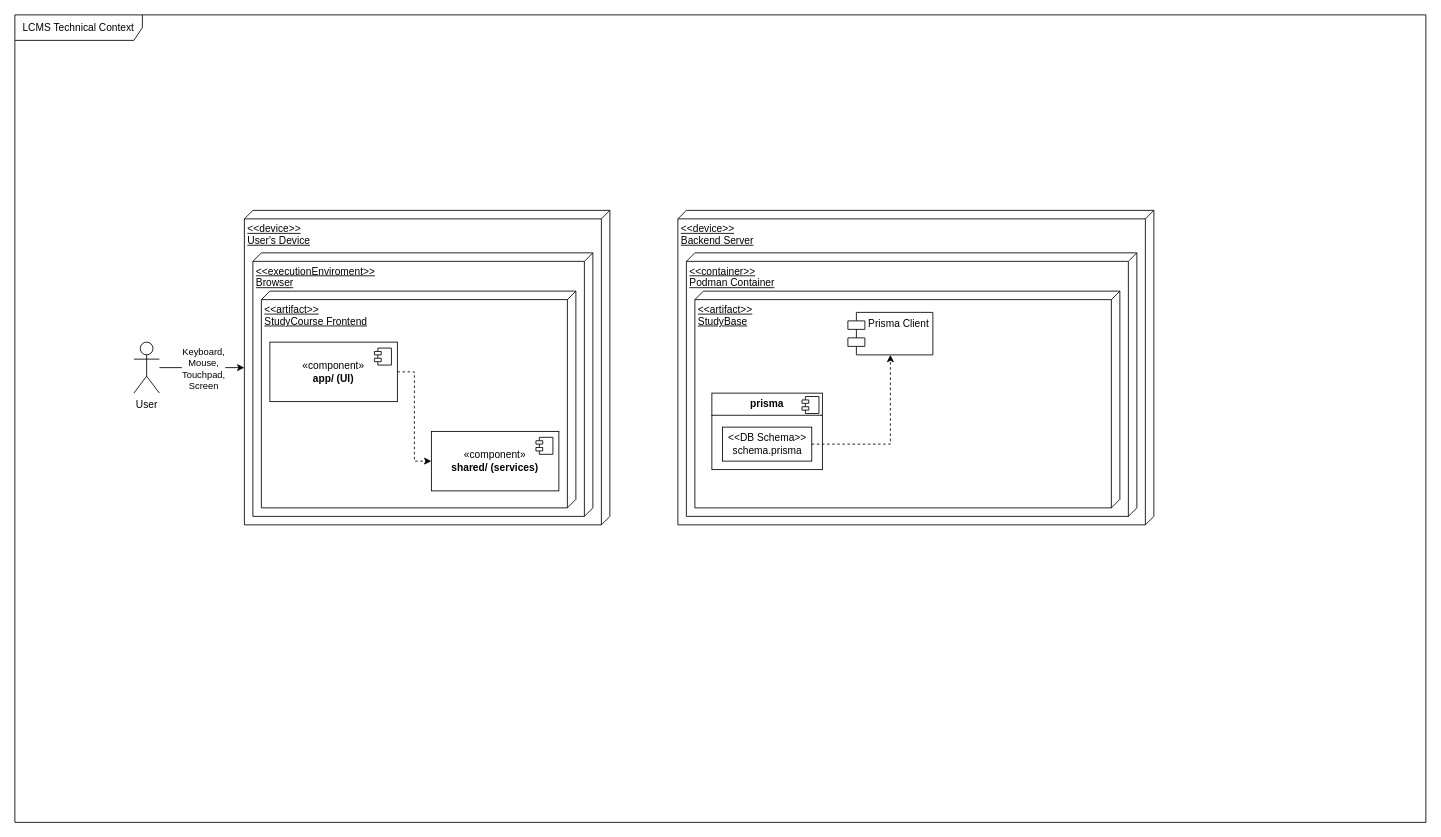
This is Technical_context_lcms.drawio from MarkTkachov/lcms_diagrams, a draw.io file, before an edit. Source tidied: cells renumbered, new cells numbered last; positions are measured from the earlier drawing's top-left corner, leaving out a move shared by most shapes. Both pictures are drawn from the tidied source at 85%, with x=0, y=0 at pixel (14, 14).
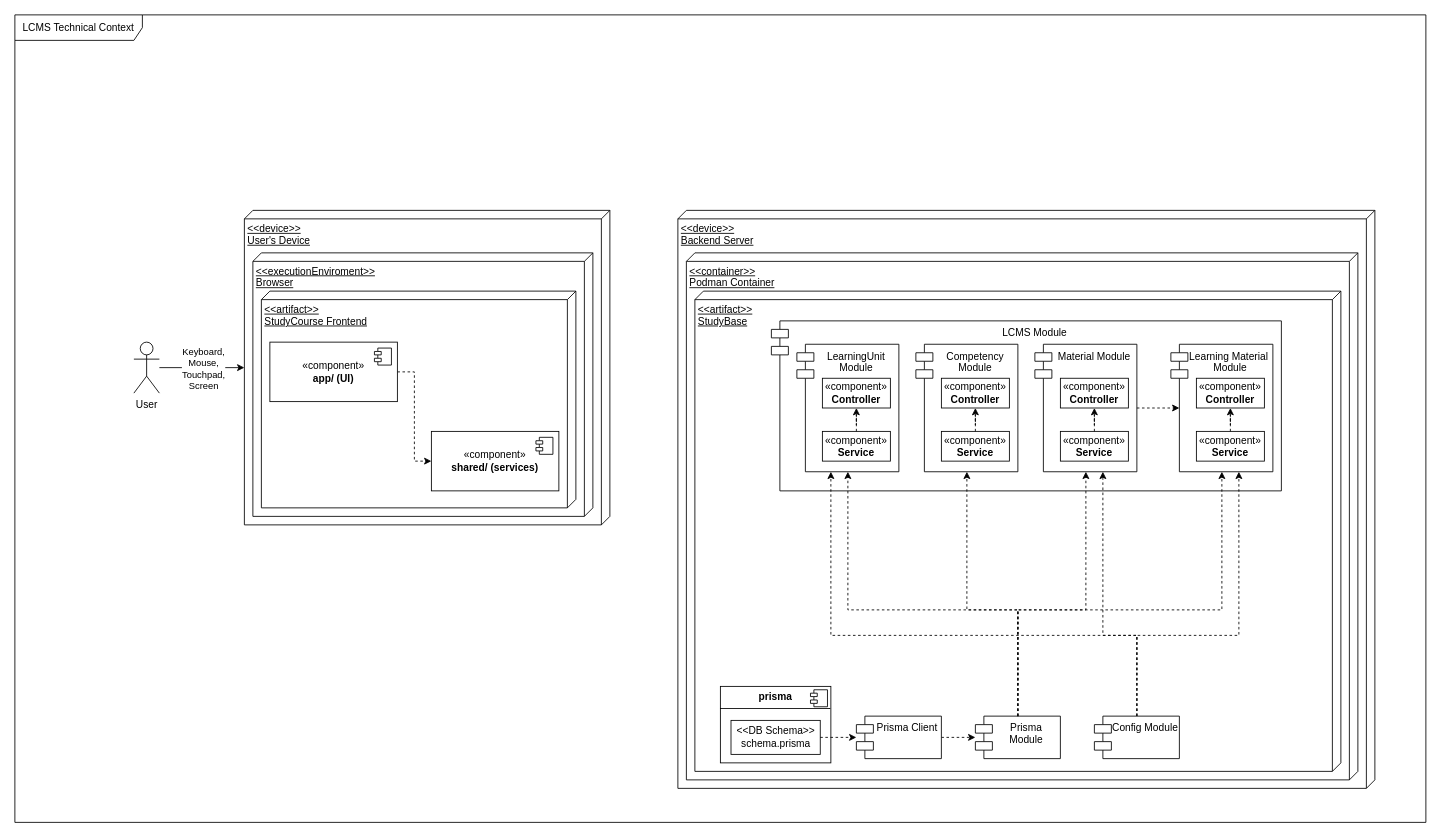
After the change.

Unchanged cells that the change refers to:
```xml
<mxCell id="21" value="&amp;lt;&amp;lt;DB Schema&amp;gt;&amp;gt;&lt;br&gt;&lt;div&gt;schema.prisma&lt;/div&gt;" style="html=1;whiteSpace=wrap;" parent="18" vertex="1">
  <mxGeometry x="12.5" y="40" width="105" height="40" as="geometry" />
</mxCell>
```

What changed in the source:
```diff
@@
     <mxCell id="14" value="&lt;div&gt;&amp;lt;&amp;lt;device&amp;gt;&amp;gt;&lt;/div&gt;&lt;div&gt;Backend Server&lt;br&gt;&lt;/div&gt;" style="verticalAlign=top;align=left;spacingTop=8;spacingLeft=2;spacingRight=12;shape=cube;size=10;direction=south;fontStyle=4;html=1;whiteSpace=wrap;" parent="1" vertex="1">
-      <mxGeometry x="780" y="230" width="560" height="370" as="geometry" />
+      <mxGeometry x="780" y="230" width="820" height="680" as="geometry" />
     </mxCell>
     <mxCell id="15" value="&lt;div&gt;&amp;lt;&amp;lt;container&amp;gt;&amp;gt;&lt;/div&gt;&lt;div&gt;Podman Container&lt;br&gt;&lt;/div&gt;" style="verticalAlign=top;align=left;spacingTop=8;spacingLeft=2;spacingRight=12;shape=cube;size=10;direction=south;fontStyle=4;html=1;whiteSpace=wrap;" parent="1" vertex="1">
-      <mxGeometry x="790" y="280" width="530" height="310" as="geometry" />
+      <mxGeometry x="790" y="280" width="790" height="620" as="geometry" />
     </mxCell>
     <mxCell id="16" value="&lt;div&gt;&amp;lt;&amp;lt;artifact&amp;gt;&amp;gt;&lt;/div&gt;&lt;div&gt;StudyBase&lt;br&gt;&lt;/div&gt;" style="verticalAlign=top;align=left;spacingTop=8;spacingLeft=2;spacingRight=12;shape=cube;size=10;direction=south;fontStyle=4;html=1;whiteSpace=wrap;" parent="1" vertex="1">
-      <mxGeometry x="800" y="325" width="500" height="255" as="geometry" />
+      <mxGeometry x="800" y="325" width="760" height="565" as="geometry" />
     </mxCell>
+    <mxCell id="23" style="edgeStyle=orthogonalEdgeStyle;rounded=0;jettySize=auto;html=1;dashed=1;" parent="1" edge="1" source="17" target="24">
+      <mxGeometry relative="1" as="geometry" />
+    </mxCell>
     <mxCell id="17" value="Prisma Client" style="shape=module;align=left;spacingLeft=20;align=center;verticalAlign=top;whiteSpace=wrap;html=1;" parent="1" vertex="1">
-      <mxGeometry x="980" y="350" width="100" height="50" as="geometry" />
+      <mxGeometry x="990" y="825" width="100" height="50" as="geometry" />
     </mxCell>
     <mxCell id="18" style="group;" parent="1" vertex="1">
-      <mxGeometry x="820" y="445" width="130" height="90" as="geometry" />
+      <mxGeometry x="830" y="790" width="130" height="90" as="geometry" />
     </mxCell>
@@
-    <mxCell id="22" style="edgeStyle=orthogonalEdgeStyle;rounded=0;jettySize=auto;html=1;entryX=0.5;entryY=1;entryDx=0;entryDy=0;dashed=1;" parent="1" edge="1" source="21" target="17">
+    <mxCell id="22" style="edgeStyle=orthogonalEdgeStyle;rounded=0;jettySize=auto;html=1;dashed=1;" parent="1" edge="1" source="21" target="17">
       <mxGeometry relative="1" as="geometry" />
     </mxCell>
+    <mxCell id="24" value="Prisma Module" style="shape=module;align=left;spacingLeft=20;align=center;verticalAlign=top;whiteSpace=wrap;html=1;" parent="1" vertex="1">
+      <mxGeometry x="1130" y="825" width="100" height="50" as="geometry" />
+    </mxCell>
+    <mxCell id="25" style="group;" parent="1" vertex="1">
+      <mxGeometry x="890" y="360" width="600" height="200" as="geometry" />
+    </mxCell>
+    <mxCell id="26" value="LCMS Module" style="shape=module;align=left;spacingLeft=20;align=center;verticalAlign=top;whiteSpace=wrap;html=1;" parent="25" vertex="1">
+      <mxGeometry width="600" height="200" as="geometry" />
+    </mxCell>
+    <mxCell id="27" style="group;" parent="25" vertex="1">
+      <mxGeometry x="30" y="27.5" width="120" height="150" as="geometry" />
+    </mxCell>
+    <mxCell id="28" value="LearningUnit Module" style="shape=module;align=left;spacingLeft=20;align=center;verticalAlign=top;whiteSpace=wrap;html=1;" parent="27" vertex="1">
+      <mxGeometry width="120" height="150" as="geometry" />
+    </mxCell>
+    <mxCell id="29" value="&lt;div&gt;«component»&lt;/div&gt;&lt;div&gt;&lt;b&gt;Controller&lt;/b&gt;&lt;/div&gt;" style="html=1;whiteSpace=wrap;" parent="27" vertex="1">
+      <mxGeometry x="30" y="40" width="80" height="35" as="geometry" />
+    </mxCell>
+    <mxCell id="30" value="&lt;div&gt;«component»&lt;/div&gt;&lt;div&gt;&lt;b&gt;Service&lt;/b&gt;&lt;/div&gt;" style="html=1;whiteSpace=wrap;" parent="27" vertex="1">
+      <mxGeometry x="30" y="102.5" width="80" height="35" as="geometry" />
+    </mxCell>
+    <mxCell id="31" style="edgeStyle=orthogonalEdgeStyle;rounded=0;jettySize=auto;html=1;entryX=0.5;entryY=1;entryDx=0;entryDy=0;dashed=1;" parent="27" edge="1" source="30" target="29">
+      <mxGeometry relative="1" as="geometry" />
+    </mxCell>
+    <mxCell id="32" style="group;" parent="25" vertex="1">
+      <mxGeometry x="170" y="27.5" width="120" height="150" as="geometry" />
+    </mxCell>
+    <mxCell id="33" value="Competency Module" style="shape=module;align=left;spacingLeft=20;align=center;verticalAlign=top;whiteSpace=wrap;html=1;" parent="32" vertex="1">
+      <mxGeometry width="120" height="150" as="geometry" />
+    </mxCell>
+    <mxCell id="34" value="&lt;div&gt;«component»&lt;/div&gt;&lt;div&gt;&lt;b&gt;Controller&lt;/b&gt;&lt;/div&gt;" style="html=1;whiteSpace=wrap;" parent="32" vertex="1">
+      <mxGeometry x="30" y="40" width="80" height="35" as="geometry" />
+    </mxCell>
+    <mxCell id="35" value="&lt;div&gt;«component»&lt;/div&gt;&lt;div&gt;&lt;b&gt;Service&lt;/b&gt;&lt;/div&gt;" style="html=1;whiteSpace=wrap;" parent="32" vertex="1">
+      <mxGeometry x="30" y="102.5" width="80" height="35" as="geometry" />
+    </mxCell>
+    <mxCell id="36" style="edgeStyle=orthogonalEdgeStyle;rounded=0;jettySize=auto;html=1;entryX=0.5;entryY=1;entryDx=0;entryDy=0;dashed=1;" parent="32" edge="1" source="35" target="34">
+      <mxGeometry relative="1" as="geometry" />
+    </mxCell>
+    <mxCell id="37" style="group;" parent="25" vertex="1">
+      <mxGeometry x="310" y="27.5" width="120" height="150" as="geometry" />
+    </mxCell>
+    <mxCell id="38" value="Material Module" style="shape=module;align=left;spacingLeft=20;align=center;verticalAlign=top;whiteSpace=wrap;html=1;" parent="37" vertex="1">
+      <mxGeometry width="120" height="150" as="geometry" />
+    </mxCell>
+    <mxCell id="39" value="&lt;div&gt;«component»&lt;/div&gt;&lt;div&gt;&lt;b&gt;Controller&lt;/b&gt;&lt;/div&gt;" style="html=1;whiteSpace=wrap;" parent="37" vertex="1">
+      <mxGeometry x="30" y="40" width="80" height="35" as="geometry" />
+    </mxCell>
+    <mxCell id="40" value="&lt;div&gt;«component»&lt;/div&gt;&lt;div&gt;&lt;b&gt;Service&lt;/b&gt;&lt;/div&gt;" style="html=1;whiteSpace=wrap;" parent="37" vertex="1">
+      <mxGeometry x="30" y="102.5" width="80" height="35" as="geometry" />
+    </mxCell>
+    <mxCell id="41" style="edgeStyle=orthogonalEdgeStyle;rounded=0;jettySize=auto;html=1;entryX=0.5;entryY=1;entryDx=0;entryDy=0;dashed=1;" parent="37" edge="1" source="40" target="39">
+      <mxGeometry relative="1" as="geometry" />
+    </mxCell>
+    <mxCell id="42" style="group;" parent="25" vertex="1">
+      <mxGeometry x="470" y="27.5" width="120" height="150" as="geometry" />
+    </mxCell>
+    <mxCell id="43" value="Learning Material&amp;nbsp; Module" style="shape=module;align=left;spacingLeft=20;align=center;verticalAlign=top;whiteSpace=wrap;html=1;" parent="42" vertex="1">
+      <mxGeometry width="120" height="150" as="geometry" />
+    </mxCell>
+    <mxCell id="44" value="&lt;div&gt;«component»&lt;/div&gt;&lt;div&gt;&lt;b&gt;Controller&lt;/b&gt;&lt;/div&gt;" style="html=1;whiteSpace=wrap;" parent="42" vertex="1">
+      <mxGeometry x="30" y="40" width="80" height="35" as="geometry" />
+    </mxCell>
+    <mxCell id="45" value="&lt;div&gt;«component»&lt;/div&gt;&lt;div&gt;&lt;b&gt;Service&lt;/b&gt;&lt;/div&gt;" style="html=1;whiteSpace=wrap;" parent="42" vertex="1">
+      <mxGeometry x="30" y="102.5" width="80" height="35" as="geometry" />
+    </mxCell>
+    <mxCell id="46" style="edgeStyle=orthogonalEdgeStyle;rounded=0;jettySize=auto;html=1;entryX=0.5;entryY=1;entryDx=0;entryDy=0;dashed=1;" parent="42" edge="1" source="45" target="44">
+      <mxGeometry relative="1" as="geometry" />
+    </mxCell>
+    <mxCell id="47" style="edgeStyle=orthogonalEdgeStyle;rounded=0;jettySize=auto;html=1;entryX=0;entryY=0.5;entryDx=10;entryDy=0;entryPerimeter=0;dashed=1;" parent="25" edge="1" source="38" target="43">
+      <mxGeometry relative="1" as="geometry" />
+    </mxCell>
+    <mxCell id="48" style="edgeStyle=orthogonalEdgeStyle;rounded=0;jettySize=auto;html=1;dashed=1;" parent="1" edge="1" source="51" target="43">
+      <mxGeometry relative="1" as="geometry">
+        <Array as="points">
+          <mxPoint x="1320" y="730" />
+          <mxPoint x="1440" y="730" />
+        </Array>
+      </mxGeometry>
+    </mxCell>
+    <mxCell id="49" style="edgeStyle=orthogonalEdgeStyle;rounded=0;jettySize=auto;html=1;dashed=1;" parent="1" edge="1" source="51" target="38">
+      <mxGeometry relative="1" as="geometry">
+        <Array as="points">
+          <mxPoint x="1320" y="730" />
+          <mxPoint x="1280" y="730" />
+        </Array>
+      </mxGeometry>
+    </mxCell>
+    <mxCell id="50" style="edgeStyle=orthogonalEdgeStyle;rounded=0;jettySize=auto;html=1;dashed=1;" parent="1" edge="1" source="51" target="28">
+      <mxGeometry relative="1" as="geometry">
+        <Array as="points">
+          <mxPoint x="1320" y="730" />
+          <mxPoint x="960" y="730" />
+        </Array>
+      </mxGeometry>
+    </mxCell>
+    <mxCell id="51" value="Config Module" style="shape=module;align=left;spacingLeft=20;align=center;verticalAlign=top;whiteSpace=wrap;html=1;" parent="1" vertex="1">
+      <mxGeometry x="1270" y="825" width="100" height="50" as="geometry" />
+    </mxCell>
+    <mxCell id="52" style="edgeStyle=orthogonalEdgeStyle;rounded=0;jettySize=auto;html=1;dashed=1;" parent="1" edge="1" source="24" target="38">
+      <mxGeometry relative="1" as="geometry">
+        <Array as="points">
+          <mxPoint x="1180" y="700" />
+          <mxPoint x="1260" y="700" />
+        </Array>
+      </mxGeometry>
+    </mxCell>
+    <mxCell id="53" style="edgeStyle=orthogonalEdgeStyle;rounded=0;jettySize=auto;html=1;dashed=1;" parent="1" edge="1" source="24" target="43">
+      <mxGeometry relative="1" as="geometry">
+        <Array as="points">
+          <mxPoint x="1180" y="700" />
+          <mxPoint x="1420" y="700" />
+        </Array>
+      </mxGeometry>
+    </mxCell>
+    <mxCell id="54" style="edgeStyle=orthogonalEdgeStyle;rounded=0;jettySize=auto;html=1;dashed=1;" parent="1" edge="1" source="24" target="33">
+      <mxGeometry relative="1" as="geometry">
+        <Array as="points">
+          <mxPoint x="1180" y="700" />
+          <mxPoint x="1120" y="700" />
+        </Array>
+      </mxGeometry>
+    </mxCell>
+    <mxCell id="55" style="edgeStyle=orthogonalEdgeStyle;rounded=0;jettySize=auto;html=1;dashed=1;" parent="1" edge="1" source="24" target="28">
+      <mxGeometry relative="1" as="geometry">
+        <Array as="points">
+          <mxPoint x="1180" y="700" />
+          <mxPoint x="980" y="700" />
+        </Array>
+      </mxGeometry>
+    </mxCell>
```
